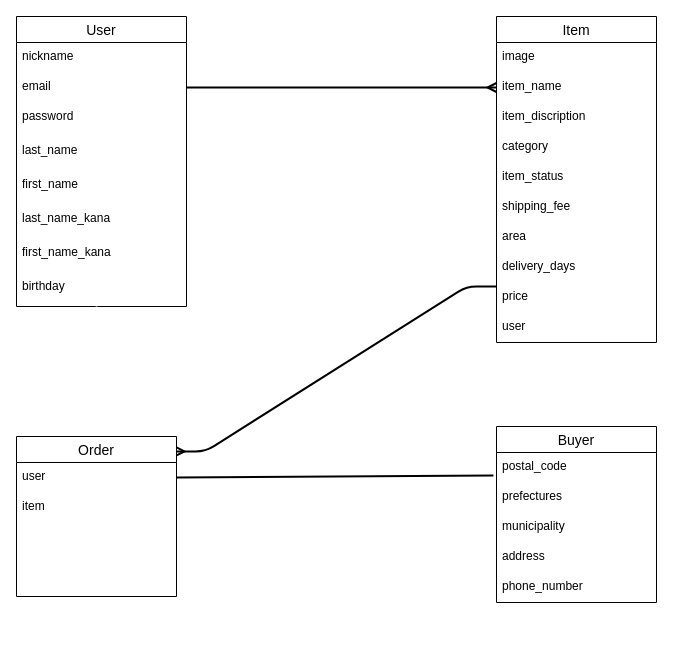
Before: furima.dio in ppg02969/furima-34462, a draw.io diagram. Source tidied: cells renumbered, new cells numbered last; positions are measured from the earlier drawing's top-left corner, leaving out a move shared by most shapes. Both pictures are drawn from the tidied source at 100%, with x=0, y=0 at pixel (16, 16).
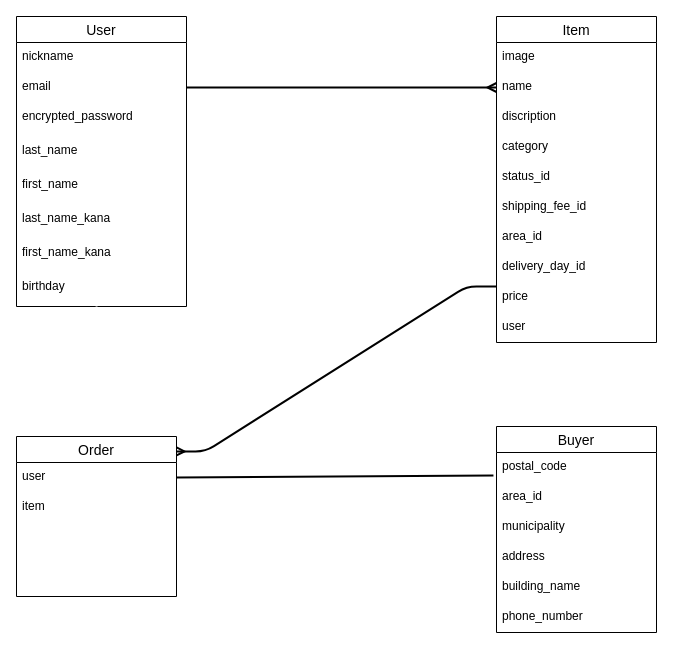
The same diagram, later.

The change refers to these unchanged cells:
```xml
<mxCell id="3" value="User" style="swimlane;fontStyle=0;horizontal=1;startSize=26;align=center;fontSize=14;" parent="1" vertex="1">
  <mxGeometry width="170" height="290" as="geometry" />
</mxCell>
<mxCell id="22" value="Item" style="swimlane;fontStyle=0;horizontal=1;startSize=26;align=center;fontSize=14;" parent="1" vertex="1">
  <mxGeometry x="480" width="160" height="326" as="geometry" />
</mxCell>
```

The edit, as a diff of the source:
```diff
@@
-    <mxCell id="6" value="password" style="text;strokeColor=none;fillColor=none;spacingLeft=4;spacingRight=4;overflow=hidden;fontSize=12;" parent="3" vertex="1">
+    <mxCell id="6" value="encrypted_password" style="text;strokeColor=none;fillColor=none;spacingLeft=4;spacingRight=4;overflow=hidden;fontSize=12;" parent="3" vertex="1">
       <mxGeometry y="86" width="170" height="34" as="geometry" />
     </mxCell>
@@
     <mxCell id="16" value="Buyer" style="swimlane;fontStyle=0;horizontal=1;startSize=26;align=center;fontSize=14;" parent="1" vertex="1">
-      <mxGeometry x="480" y="410" width="160" height="176" as="geometry" />
+      <mxGeometry x="480" y="410" width="160" height="206" as="geometry" />
     </mxCell>
@@
-    <mxCell id="18" value="prefectures" style="text;strokeColor=none;fillColor=none;spacingLeft=4;spacingRight=4;overflow=hidden;fontSize=12;" parent="16" vertex="1">
+    <mxCell id="18" value="area_id" style="text;strokeColor=none;fillColor=none;spacingLeft=4;spacingRight=4;overflow=hidden;fontSize=12;" parent="16" vertex="1">
       <mxGeometry y="56" width="160" height="30" as="geometry" />
     </mxCell>
@@
+    <mxCell id="35" value="building_name" style="text;strokeColor=none;fillColor=none;spacingLeft=4;spacingRight=4;overflow=hidden;fontSize=12;" parent="16" vertex="1">
+      <mxGeometry y="146" width="160" height="30" as="geometry" />
+    </mxCell>
     <mxCell id="21" value="phone_number" style="text;strokeColor=none;fillColor=none;spacingLeft=4;spacingRight=4;overflow=hidden;fontSize=12;" parent="16" vertex="1">
-      <mxGeometry y="146" width="160" height="30" as="geometry" />
+      <mxGeometry y="176" width="160" height="30" as="geometry" />
     </mxCell>
@@
-    <mxCell id="24" value="item_name" style="text;strokeColor=none;fillColor=none;spacingLeft=4;spacingRight=4;overflow=hidden;points=[[0,0.5],[1,0.5]];portConstraint=eastwest;fontSize=12;" parent="22" vertex="1">
+    <mxCell id="24" value="name" style="text;strokeColor=none;fillColor=none;spacingLeft=4;spacingRight=4;overflow=hidden;points=[[0,0.5],[1,0.5]];portConstraint=eastwest;fontSize=12;" parent="22" vertex="1">
       <mxGeometry y="56" width="160" height="30" as="geometry" />
     </mxCell>
-    <mxCell id="25" value="item_discription" style="text;strokeColor=none;fillColor=none;spacingLeft=4;spacingRight=4;overflow=hidden;fontSize=12;" parent="22" vertex="1">
+    <mxCell id="25" value="discription" style="text;strokeColor=none;fillColor=none;spacingLeft=4;spacingRight=4;overflow=hidden;fontSize=12;" parent="22" vertex="1">
       <mxGeometry y="86" width="160" height="30" as="geometry" />
     </mxCell>
@@
-    <mxCell id="27" value="item_status" style="text;strokeColor=none;fillColor=none;spacingLeft=4;spacingRight=4;overflow=hidden;fontSize=12;" parent="22" vertex="1">
+    <mxCell id="27" value="status_id" style="text;strokeColor=none;fillColor=none;spacingLeft=4;spacingRight=4;overflow=hidden;fontSize=12;" parent="22" vertex="1">
       <mxGeometry y="146" width="160" height="30" as="geometry" />
     </mxCell>
-    <mxCell id="28" value="shipping_fee" style="text;strokeColor=none;fillColor=none;spacingLeft=4;spacingRight=4;overflow=hidden;fontSize=12;" parent="22" vertex="1">
+    <mxCell id="28" value="shipping_fee_id" style="text;strokeColor=none;fillColor=none;spacingLeft=4;spacingRight=4;overflow=hidden;fontSize=12;" parent="22" vertex="1">
       <mxGeometry y="176" width="160" height="30" as="geometry" />
     </mxCell>
-    <mxCell id="29" value="area&#10;" style="text;strokeColor=none;fillColor=none;spacingLeft=4;spacingRight=4;overflow=hidden;fontSize=12;" parent="22" vertex="1">
+    <mxCell id="29" value="area_id" style="text;strokeColor=none;fillColor=none;spacingLeft=4;spacingRight=4;overflow=hidden;fontSize=12;" parent="22" vertex="1">
       <mxGeometry y="206" width="160" height="30" as="geometry" />
     </mxCell>
-    <mxCell id="30" value="delivery_days" style="text;strokeColor=none;fillColor=none;spacingLeft=4;spacingRight=4;overflow=hidden;fontSize=12;" parent="22" vertex="1">
+    <mxCell id="30" value="delivery_day_id" style="text;strokeColor=none;fillColor=none;spacingLeft=4;spacingRight=4;overflow=hidden;fontSize=12;" parent="22" vertex="1">
       <mxGeometry y="236" width="160" height="30" as="geometry" />
     </mxCell>
```
